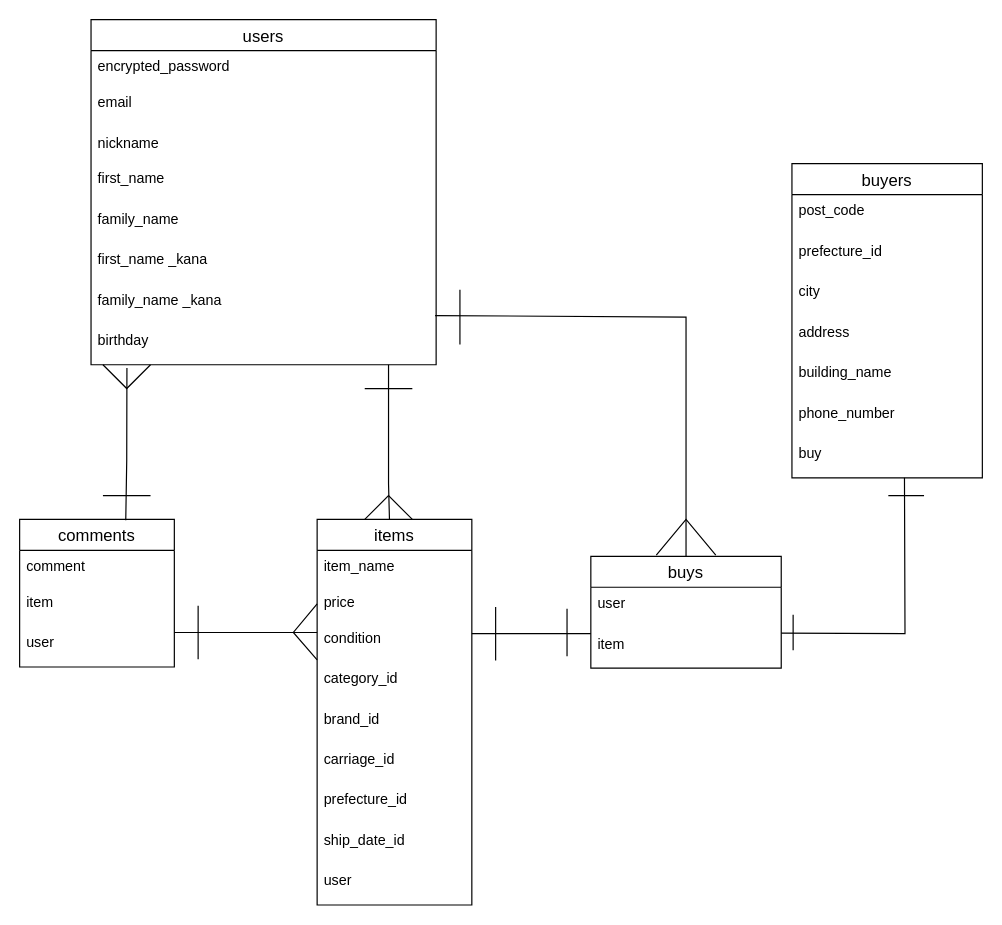
This is page "ページ1" (1 of 2) of furima.dio from Ishibashi-naoki1/furima-35187, a draw.io file, before an edit. Source tidied: cells renumbered, new cells numbered last; positions are measured from the earlier drawing's top-left corner, leaving out a move shared by most shapes. Both pictures are drawn from the tidied source at 119%, with x=0, y=0 at pixel (19, 19).
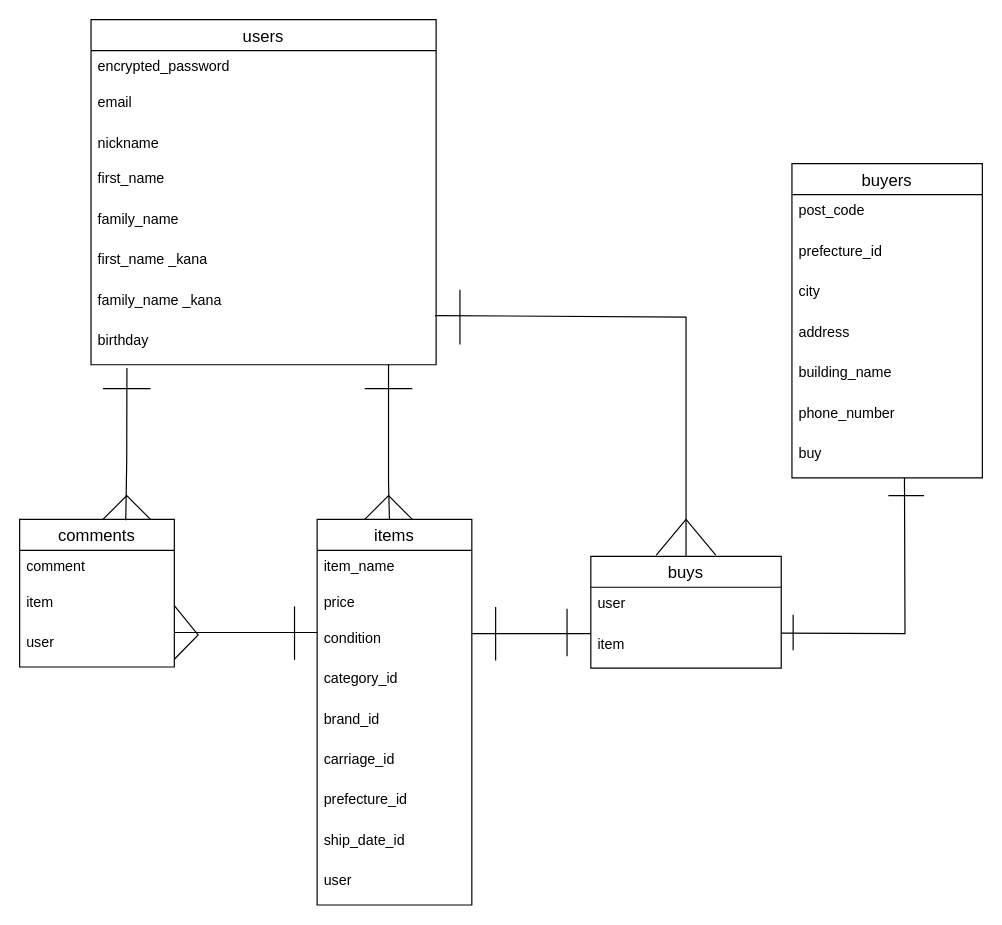
The same diagram, later.

The change refers to these unchanged cells:
```xml
<mxCell id="12" value="items" style="swimlane;fontStyle=0;horizontal=1;startSize=26;align=center;fontSize=14;" parent="1" vertex="1">
  <mxGeometry x="250" y="420" width="130" height="324" as="geometry" />
</mxCell>
<mxCell id="14" value="price" style="text;strokeColor=none;fillColor=none;spacingLeft=4;spacingRight=4;overflow=hidden;points=[[0,0.5],[1,0.5]];portConstraint=eastwest;fontSize=12;" parent="12" vertex="1">
  <mxGeometry y="56" width="130" height="30" as="geometry" />
</mxCell>
```

The edit, as a diff of the source:
```diff
@@
-    <mxCell id="22" style="endArrow=none;html=1;rounded=0;entryX=0;entryY=0.5;entryDx=0;entryDy=0;" parent="12" edge="1" target="14">
-      <mxGeometry relative="1" as="geometry">
-        <mxPoint y="118" as="sourcePoint" />
-        <Array as="points">
-          <mxPoint x="-20" y="95" />
-        </Array>
-      </mxGeometry>
-    </mxCell>
@@
     <mxCell id="49" style="endArrow=none;html=1;rounded=0;" parent="1" edge="1">
       <mxGeometry relative="1" as="geometry">
-        <mxPoint x="150" y="492.5" as="sourcePoint" />
-        <mxPoint x="150" y="537.5" as="targetPoint" />
+        <mxPoint x="130" y="492.5" as="sourcePoint" />
+        <mxPoint x="130" y="537.5" as="targetPoint" />
         <Array as="points">
-          <mxPoint x="150" y="516.5" />
+          <mxPoint x="150" y="517" />
         </Array>
       </mxGeometry>
     </mxCell>
@@
-    <mxCell id="52" style="endArrow=none;html=1;rounded=0;" parent="1" edge="1">
-      <mxGeometry relative="1" as="geometry">
-        <mxPoint x="70" y="290" as="sourcePoint" />
-        <mxPoint x="110" y="290" as="targetPoint" />
-        <Array as="points">
-          <mxPoint x="90" y="310" />
-          <mxPoint x="110" y="290" />
-        </Array>
-      </mxGeometry>
-    </mxCell>
     <mxCell id="53" style="endArrow=none;html=1;rounded=0;" parent="1" edge="1">
       <mxGeometry relative="1" as="geometry">
-        <mxPoint x="70" y="400" as="sourcePoint" />
-        <mxPoint x="110" y="400" as="targetPoint" />
+        <mxPoint x="70" y="420" as="sourcePoint" />
+        <mxPoint x="110" y="420" as="targetPoint" />
         <Array as="points">
-          <mxPoint x="110" y="400" />
+          <mxPoint x="90" y="400" />
+          <mxPoint x="110" y="420" />
         </Array>
       </mxGeometry>
     </mxCell>
+    <mxCell id="54" style="endArrow=none;html=1;rounded=0;" parent="1" edge="1">
+      <mxGeometry relative="1" as="geometry">
+        <mxPoint x="70" y="310" as="sourcePoint" />
+        <mxPoint x="110" y="310" as="targetPoint" />
+        <Array as="points">
+          <mxPoint x="110" y="310" />
+        </Array>
+      </mxGeometry>
+    </mxCell>
+    <mxCell id="55" style="endArrow=none;html=1;rounded=0;" parent="1" edge="1">
+      <mxGeometry relative="1" as="geometry">
+        <mxPoint x="231" y="493" as="sourcePoint" />
+        <mxPoint x="231" y="538" as="targetPoint" />
+        <Array as="points">
+          <mxPoint x="231" y="517" />
+        </Array>
+      </mxGeometry>
+    </mxCell>
```
